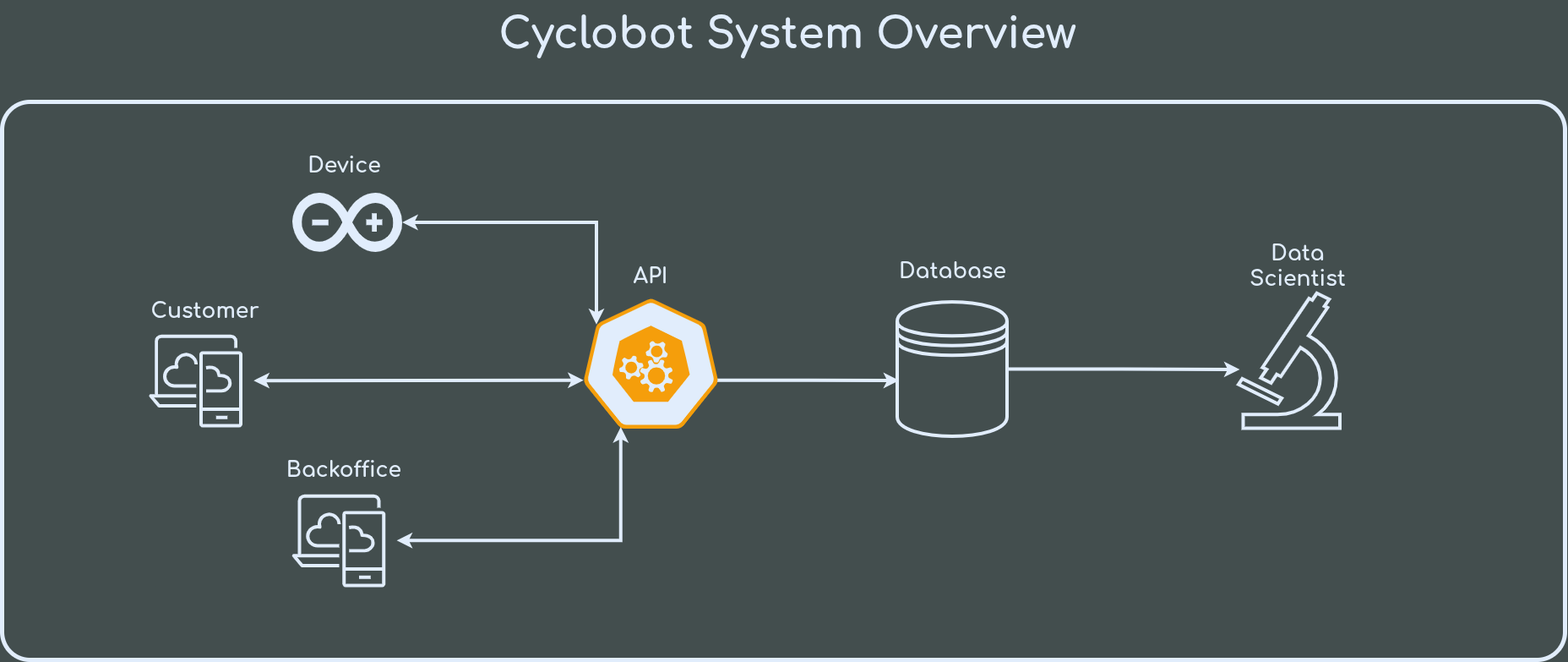
The draw.io diagram diagram/1.system_overview.png in Lab37-Technologies/cyclobot_api, before a commit. Source tidied: cells renumbered, new cells last; positions are measured from the earlier drawing's top-left corner, leaving out a move shared by most shapes.
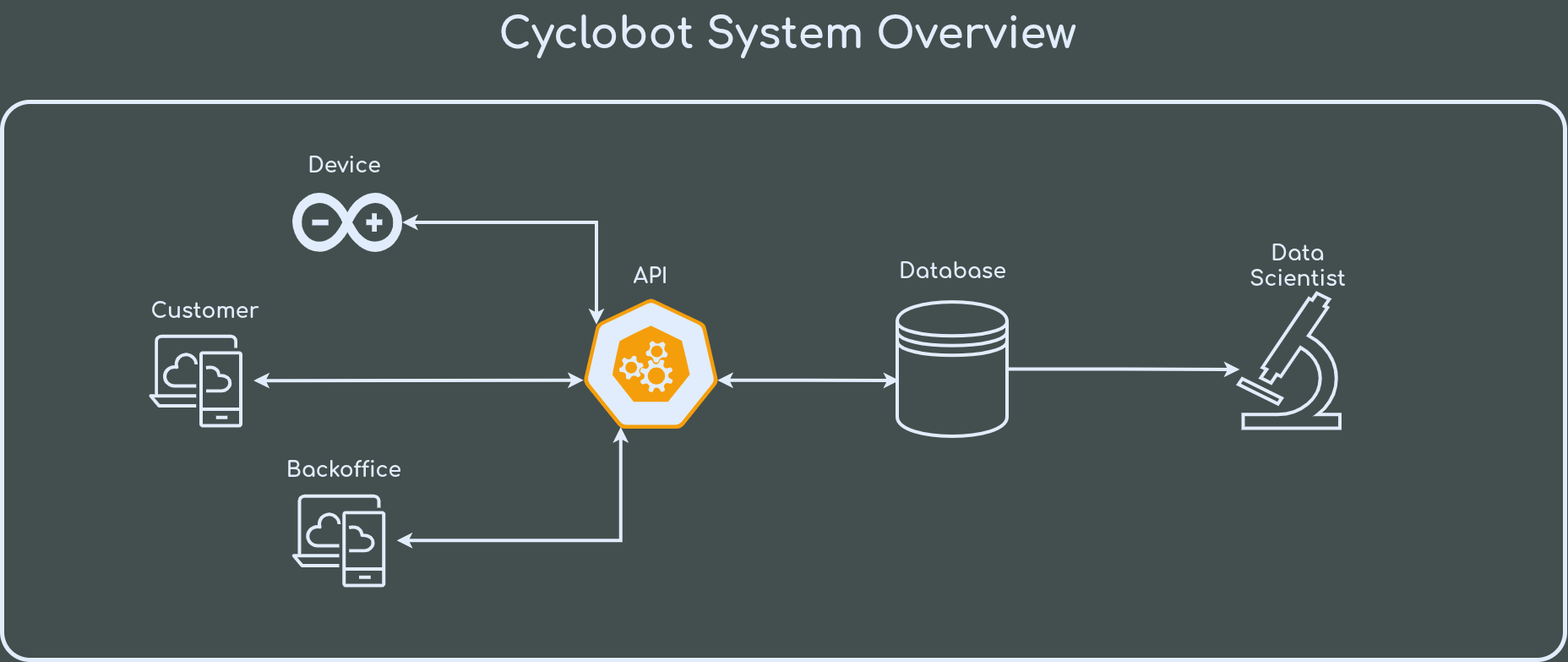
The same file after the commit.

Diff of the diagram source:
```diff
@@ -51,7 +51,7 @@
     <mxCell id="16" style="shape=datastore;whiteSpace=wrap;html=1;fontColor=light-dark(#E1EDFC,#E1EDFC);fontFamily=comfortaa;strokeColor=light-dark(#E1EDFC,#E1EDFC);fillColor=none;strokeWidth=4;" parent="1" vertex="1">
       <mxGeometry x="1060" y="357.1" width="130" height="158.9" as="geometry" />
     </mxCell>
-    <mxCell id="17" style="edgeStyle=orthogonalEdgeStyle;rounded=0;jettySize=auto;html=1;exitX=0.995;exitY=0.63;exitDx=0;exitDy=0;exitPerimeter=0;entryX=0.018;entryY=0.585;entryDx=0;entryDy=0;entryPerimeter=0;strokeWidth=4;strokeColor=light-dark(#E1EDFC,#E1EDFC);" parent="1" edge="1" source="4" target="16">
+    <mxCell id="17" style="edgeStyle=orthogonalEdgeStyle;rounded=0;jettySize=auto;html=1;exitX=0.995;exitY=0.63;exitDx=0;exitDy=0;exitPerimeter=0;entryX=0.018;entryY=0.585;entryDx=0;entryDy=0;entryPerimeter=0;strokeWidth=4;strokeColor=light-dark(#E1EDFC,#E1EDFC);startArrow=classic;startFill=1;" parent="1" edge="1" source="4" target="16">
       <mxGeometry relative="1" as="geometry" />
     </mxCell>
     <mxCell id="18" style="edgeStyle=orthogonalEdgeStyle;rounded=0;jettySize=auto;html=1;exitX=1;exitY=0.5;exitDx=0;exitDy=0;entryX=0.012;entryY=0.564;entryDx=0;entryDy=0;entryPerimeter=0;strokeWidth=4;strokeColor=light-dark(#E1EDFC,#E1EDFC);" parent="1" edge="1" source="16" target="5">
```
